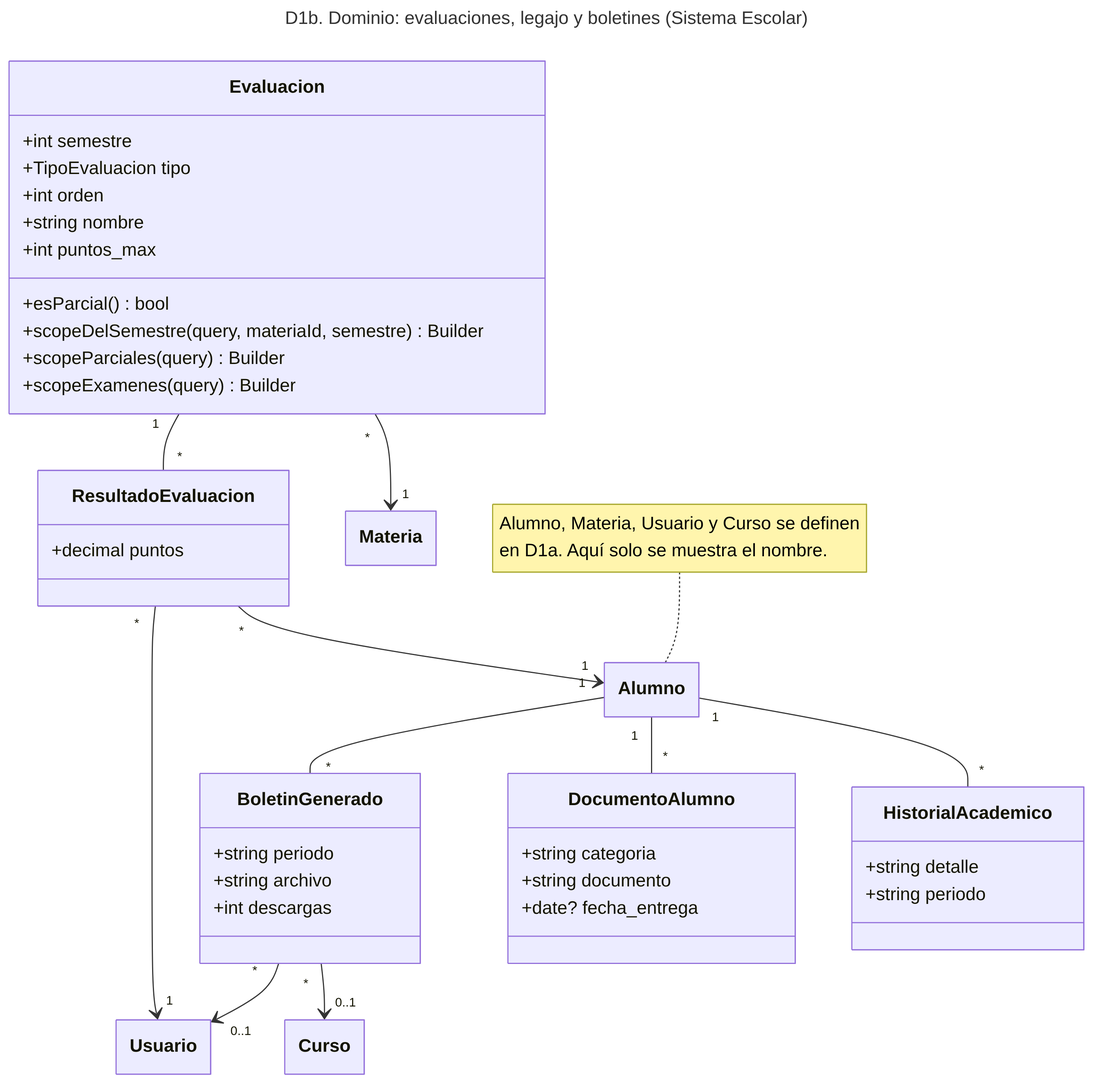
Above: docs/diagramas/D1b_evaluaciones.png in gnvargas-dev/sistema-control-acceso (Mermaid), before the change. Its source is kept beside it as docs/diagramas/D1b_evaluaciones.mmd.
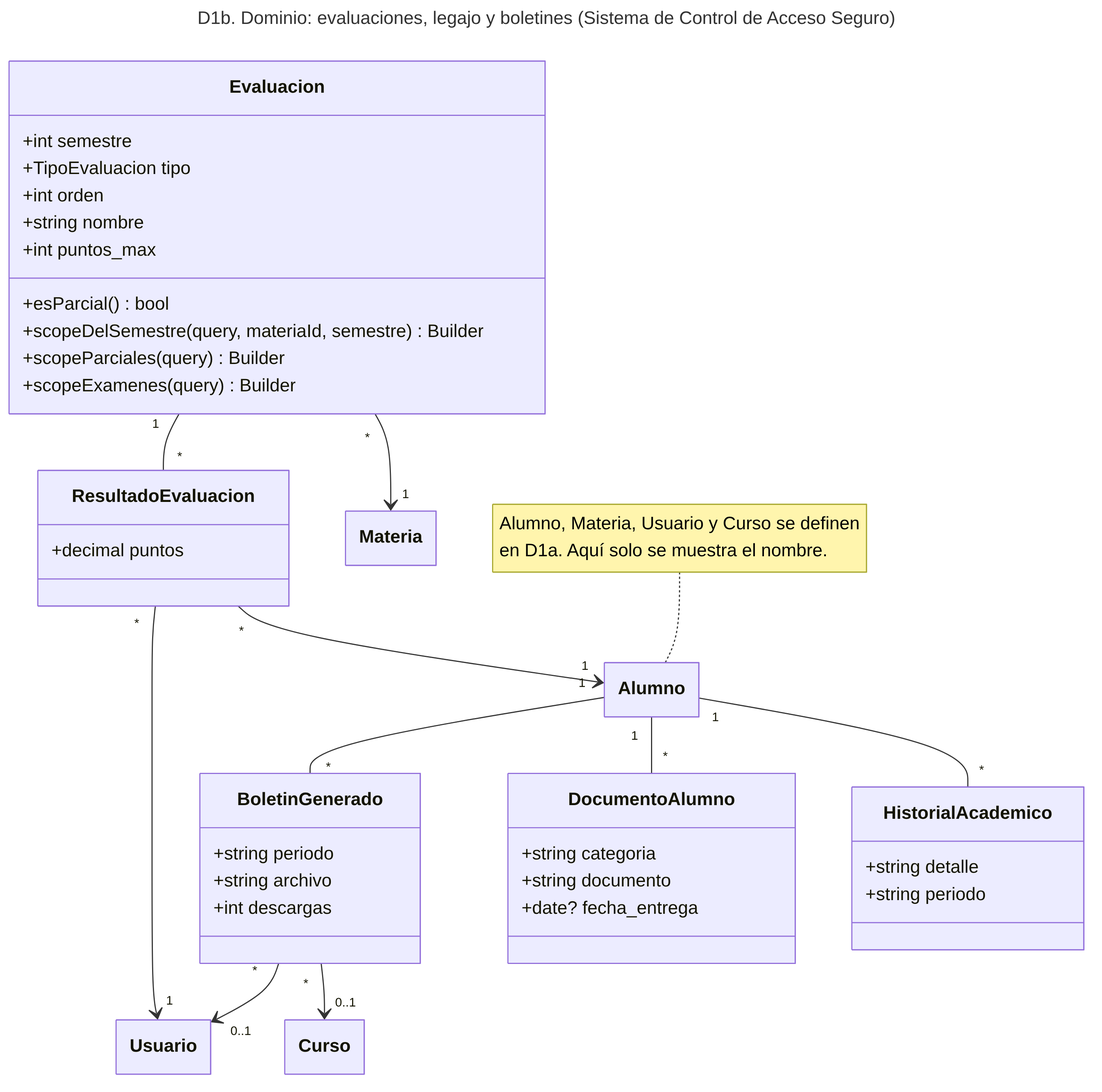
The same diagram one commit later.

What changed in the source:
```diff
@@ -1,5 +1,5 @@
 ---
-title: "D1b. Dominio: evaluaciones, legajo y boletines (Sistema Escolar)"
+title: "D1b. Dominio: evaluaciones, legajo y boletines (Sistema de Control de Acceso Seguro)"
 config:
   class:
     hideEmptyMembersBox: true
```
